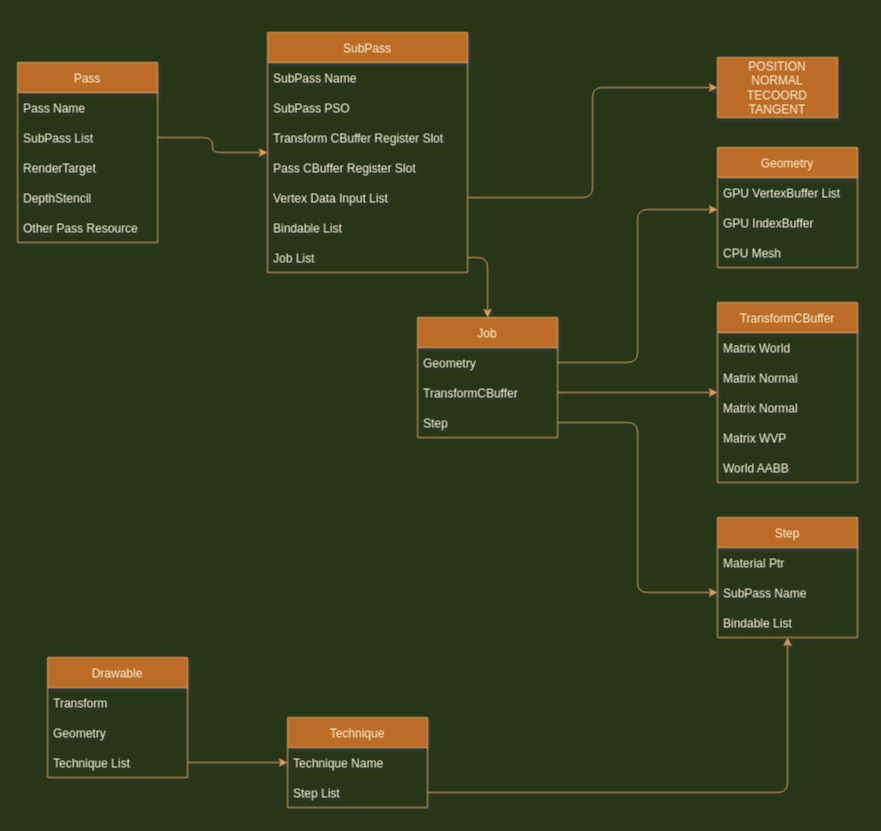
Before: RenderGraph/Doc/JobSystem.drawio in shenxin-karl/Dx12Renderer, a draw.io diagram. Source tidied: cells renumbered, new cells numbered last; positions are measured from the earlier drawing's top-left corner, leaving out a move shared by most shapes. Both pictures are drawn from the tidied source at 100%, with x=0, y=0 at pixel (17, 32).
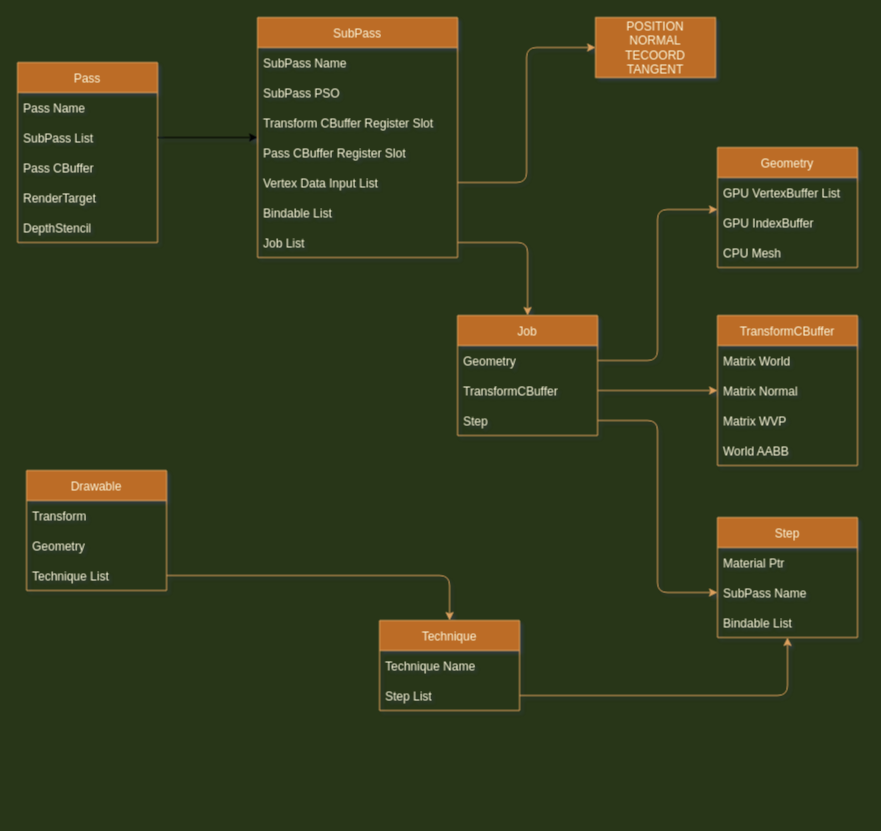
The same page after the edit.

Unchanged cells that the change refers to:
```xml
<mxCell id="2" value="Pass" style="swimlane;fontStyle=0;horizontal=1;startSize=30;rounded=0;sketch=0;fontColor=#FEFAE0;strokeColor=#DDA15E;fillColor=#BC6C25;" parent="1" vertex="1">
  <mxGeometry y="30" width="140" height="180" as="geometry" />
</mxCell>
```

What changed in the source:
```diff
@@
+    <mxCell id="50" value="SubPass List" style="text;strokeColor=none;fillColor=none;align=left;verticalAlign=middle;spacingLeft=4;spacingRight=4;overflow=hidden;points=[[0,0.5],[1,0.5]];portConstraint=eastwest;rounded=0;sketch=0;fontColor=#FEFAE0;" parent="2" vertex="1">
+      <mxGeometry y="60" width="140" height="30" as="geometry" />
+    </mxCell>
-    <mxCell id="4" value="SubPass List" style="text;strokeColor=none;fillColor=none;align=left;verticalAlign=middle;spacingLeft=4;spacingRight=4;overflow=hidden;points=[[0,0.5],[1,0.5]];portConstraint=eastwest;rounded=0;sketch=0;fontColor=#FEFAE0;" parent="2" vertex="1">
-      <mxGeometry y="60" width="140" height="30" as="geometry" />
+    <mxCell id="4" value="Pass CBuffer" style="text;strokeColor=none;fillColor=none;align=left;verticalAlign=middle;spacingLeft=4;spacingRight=4;overflow=hidden;points=[[0,0.5],[1,0.5]];portConstraint=eastwest;rounded=0;sketch=0;fontColor=#FEFAE0;" parent="2" vertex="1">
+      <mxGeometry y="90" width="140" height="30" as="geometry" />
     </mxCell>
     <mxCell id="5" value="RenderTarget" style="text;strokeColor=none;fillColor=none;align=left;verticalAlign=middle;spacingLeft=4;spacingRight=4;overflow=hidden;rounded=0;sketch=0;fontColor=#FEFAE0;" parent="2" vertex="1">
-      <mxGeometry y="90" width="140" height="30" as="geometry" />
+      <mxGeometry y="120" width="140" height="30" as="geometry" />
     </mxCell>
     <mxCell id="6" value="DepthStencil" style="text;strokeColor=none;fillColor=none;align=left;verticalAlign=middle;spacingLeft=4;spacingRight=4;overflow=hidden;rounded=0;sketch=0;fontColor=#FEFAE0;" parent="2" vertex="1">
-      <mxGeometry y="120" width="140" height="30" as="geometry" />
+      <mxGeometry y="150" width="140" height="30" as="geometry" />
     </mxCell>
-    <mxCell id="7" value="Other Pass Resource" style="text;strokeColor=none;fillColor=none;align=left;verticalAlign=middle;spacingLeft=4;spacingRight=4;overflow=hidden;rounded=0;sketch=0;fontColor=#FEFAE0;" parent="2" vertex="1">
-      <mxGeometry y="150" width="140" height="30" as="geometry" />
-    </mxCell>
     <mxCell id="8" value="SubPass" style="swimlane;fontStyle=0;horizontal=1;startSize=30;rounded=0;sketch=0;fontColor=#FEFAE0;strokeColor=#DDA15E;fillColor=#BC6C25;" parent="1" vertex="1">
-      <mxGeometry x="250" width="200" height="240" as="geometry" />
+      <mxGeometry x="240" y="-15" width="200" height="240" as="geometry" />
     </mxCell>
@@
     <mxCell id="16" value="Job" style="swimlane;fontStyle=0;horizontal=1;startSize=30;rounded=0;sketch=0;fontColor=#FEFAE0;strokeColor=#DDA15E;fillColor=#BC6C25;" parent="1" vertex="1">
-      <mxGeometry x="400" y="285" width="140" height="120" as="geometry" />
+      <mxGeometry x="440" y="283" width="140" height="120" as="geometry" />
     </mxCell>
@@
     <mxCell id="25" value="TransformCBuffer" style="swimlane;fontStyle=0;horizontal=1;startSize=30;rounded=0;sketch=0;fontColor=#FEFAE0;strokeColor=#DDA15E;fillColor=#BC6C25;" parent="1" vertex="1">
-      <mxGeometry x="700" y="270" width="140" height="180" as="geometry" />
+      <mxGeometry x="700" y="283" width="140" height="150" as="geometry" />
     </mxCell>
@@
-    <mxCell id="27" value="Matrix Normal" style="text;strokeColor=none;fillColor=none;align=left;verticalAlign=middle;spacingLeft=4;spacingRight=4;overflow=hidden;rounded=0;sketch=0;fontColor=#FEFAE0;" parent="25" vertex="1">
-      <mxGeometry y="60" width="140" height="30" as="geometry" />
-    </mxCell>
     <mxCell id="28" value="Matrix Normal" style="text;strokeColor=none;fillColor=none;align=left;verticalAlign=middle;spacingLeft=4;spacingRight=4;overflow=hidden;rounded=0;sketch=0;fontColor=#FEFAE0;" parent="25" vertex="1">
-      <mxGeometry y="90" width="140" height="30" as="geometry" />
+      <mxGeometry y="60" width="140" height="30" as="geometry" />
     </mxCell>
     <mxCell id="29" value="Matrix WVP" style="text;strokeColor=none;fillColor=none;align=left;verticalAlign=middle;spacingLeft=4;spacingRight=4;overflow=hidden;rounded=0;sketch=0;fontColor=#FEFAE0;" parent="25" vertex="1">
-      <mxGeometry y="120" width="140" height="30" as="geometry" />
+      <mxGeometry y="90" width="140" height="30" as="geometry" />
     </mxCell>
     <mxCell id="30" value="World AABB" style="text;strokeColor=none;fillColor=none;align=left;verticalAlign=middle;spacingLeft=4;spacingRight=4;overflow=hidden;rounded=0;sketch=0;fontColor=#FEFAE0;" parent="25" vertex="1">
-      <mxGeometry y="150" width="140" height="30" as="geometry" />
+      <mxGeometry y="120" width="140" height="30" as="geometry" />
     </mxCell>
@@
     <mxCell id="37" value="POSITION&lt;br&gt;NORMAL&lt;br&gt;TECOORD&lt;br&gt;TANGENT" style="rounded=0;whiteSpace=wrap;html=1;sketch=0;fontColor=#FEFAE0;strokeColor=#DDA15E;fillColor=#BC6C25;" parent="1" vertex="1">
-      <mxGeometry x="700" y="25" width="120" height="60" as="geometry" />
+      <mxGeometry x="578" y="-15" width="120" height="60" as="geometry" />
     </mxCell>
@@
-    <mxCell id="40" style="edgeStyle=orthogonalEdgeStyle;curved=0;rounded=1;sketch=0;jettySize=auto;html=1;exitX=1;exitY=0.5;exitDx=0;exitDy=0;fontColor=#FEFAE0;strokeColor=#DDA15E;fillColor=#BC6C25;labelBackgroundColor=#283618;" parent="1" edge="1" source="4" target="8">
-      <mxGeometry relative="1" as="geometry" />
-    </mxCell>
     <mxCell id="41" value="Drawable" style="swimlane;fontStyle=0;horizontal=1;startSize=30;rounded=0;sketch=0;fontColor=#FEFAE0;strokeColor=#DDA15E;fillColor=#BC6C25;" parent="1" vertex="1">
-      <mxGeometry x="30" y="625" width="140" height="120" as="geometry" />
+      <mxGeometry x="9" y="438" width="140" height="120" as="geometry" />
     </mxCell>
@@
     <mxCell id="45" value="Technique" style="swimlane;fontStyle=0;horizontal=1;startSize=30;rounded=0;sketch=0;fontColor=#FEFAE0;strokeColor=#DDA15E;fillColor=#BC6C25;" parent="1" vertex="1">
-      <mxGeometry x="270" y="685" width="140" height="90" as="geometry" />
+      <mxGeometry x="362" y="588" width="140" height="90" as="geometry" />
     </mxCell>
@@
+    <mxCell id="51" style="edgeStyle=none;html=1;exitX=1;exitY=0.5;exitDx=0;exitDy=0;" parent="1" edge="1" source="50" target="8">
+      <mxGeometry relative="1" as="geometry" />
+    </mxCell>
```
